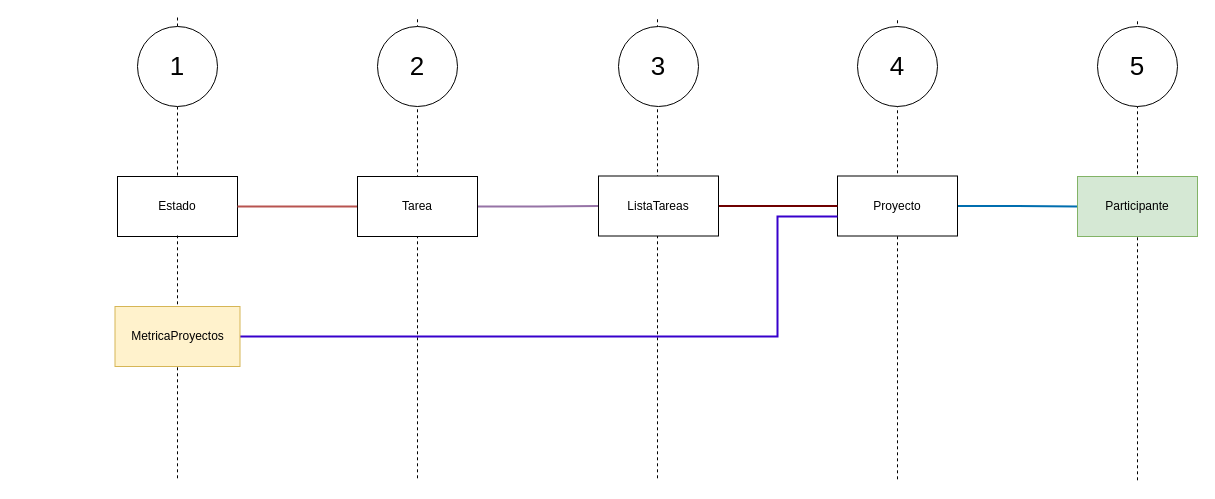
Before: page "EventStormingMapingProjects" (14 of 14) of CoTasker_BoundedContext.drawio in Migue1409-KP/DOO-working-group, a draw.io diagram. Source tidied: cells renumbered, new cells numbered last; positions are measured from the earlier drawing's top-left corner, leaving out a move shared by most shapes. Both pictures are drawn from the tidied source at 100%, with x=0, y=0 at pixel (115, 17).
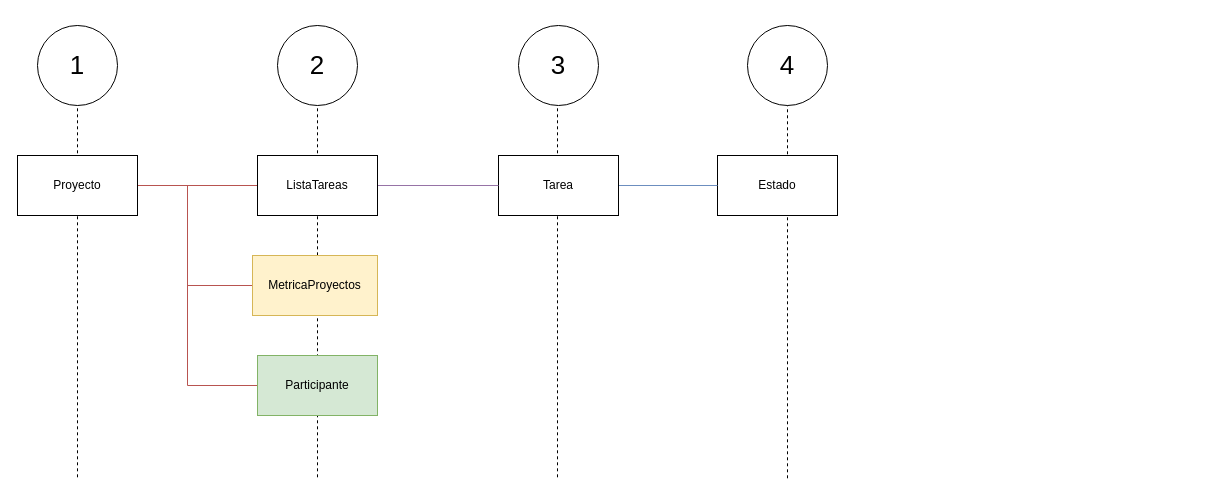
After the change.

What changed in the source:
```diff
@@
-    <mxCell id="2" style="endArrow=none;dashed=1;html=1;rounded=0;" parent="1" edge="1">
-      <mxGeometry relative="1" as="geometry">
-        <mxPoint x="1022" y="462.8" as="sourcePoint" />
-        <mxPoint x="1022" y="2" as="targetPoint" />
-      </mxGeometry>
-    </mxCell>
+    <mxCell id="25" style="endArrow=none;dashed=1;html=1;rounded=0;" parent="1" edge="1">
+      <mxGeometry relative="1" as="geometry">
+        <mxPoint x="202" y="459.8" as="sourcePoint" />
+        <mxPoint x="202" y="8" as="targetPoint" />
+      </mxGeometry>
+    </mxCell>
+    <mxCell id="16" style="endArrow=none;dashed=1;html=1;rounded=0;entryX=0.5;entryY=0;entryDx=0;entryDy=0;" parent="1" edge="1" target="20">
+      <mxGeometry relative="1" as="geometry">
+        <mxPoint x="-38" y="459.8" as="sourcePoint" />
+      </mxGeometry>
+    </mxCell>
     <mxCell id="3" style="endArrow=none;dashed=1;html=1;rounded=0;" parent="1" edge="1">
       <mxGeometry relative="1" as="geometry">
-        <mxPoint x="782" y="461.8" as="sourcePoint" />
-        <mxPoint x="782" y="1" as="targetPoint" />
+        <mxPoint x="672" y="460.8" as="sourcePoint" />
+        <mxPoint x="672" y="8" as="targetPoint" />
       </mxGeometry>
     </mxCell>
     <mxCell id="4" value="Estado" style="rounded=0;whiteSpace=wrap;html=1;" parent="1" vertex="1">
-      <mxGeometry x="2" y="159" width="120" height="60" as="geometry" />
+      <mxGeometry x="602" y="138" width="120" height="60" as="geometry" />
     </mxCell>
+    <mxCell id="26" style="edgeStyle=orthogonalEdgeStyle;rounded=0;jettySize=auto;html=1;endArrow=none;endFill=0;fillColor=#f8cecc;strokeColor=#b85450;" parent="1" edge="1" source="6" target="15">
+      <mxGeometry relative="1" as="geometry" />
+    </mxCell>
+    <mxCell id="27" style="edgeStyle=orthogonalEdgeStyle;rounded=0;jettySize=auto;html=1;endArrow=none;endFill=0;fillColor=#f8cecc;strokeColor=#b85450;exitX=1;exitY=0.5;exitDx=0;exitDy=0;" parent="1" edge="1" source="6" target="18">
+      <mxGeometry relative="1" as="geometry">
+        <Array as="points">
+          <mxPoint x="72" y="168" />
+          <mxPoint x="72" y="268" />
+        </Array>
+      </mxGeometry>
+    </mxCell>
-    <mxCell id="5" style="edgeStyle=orthogonalEdgeStyle;rounded=0;jettySize=auto;html=1;exitX=1;exitY=0.5;exitDx=0;exitDy=0;endArrow=none;endFill=0;fillColor=#1ba1e2;strokeColor=#006EAF;strokeWidth=2;" parent="1" edge="1" source="6" target="7">
-      <mxGeometry relative="1" as="geometry" />
+    <mxCell id="5" style="edgeStyle=orthogonalEdgeStyle;rounded=0;jettySize=auto;html=1;endArrow=none;endFill=0;fillColor=#f8cecc;strokeColor=#b85450;exitX=1;exitY=0.5;exitDx=0;exitDy=0;" parent="1" edge="1" source="6" target="7">
+      <mxGeometry relative="1" as="geometry">
+        <Array as="points">
+          <mxPoint x="72" y="168" />
+          <mxPoint x="72" y="368" />
+        </Array>
+      </mxGeometry>
     </mxCell>
     <mxCell id="6" value="Proyecto" style="rounded=0;whiteSpace=wrap;html=1;" parent="1" vertex="1">
-      <mxGeometry x="722" y="158.5" width="120" height="60" as="geometry" />
+      <mxGeometry x="-98" y="138" width="120" height="60" as="geometry" />
     </mxCell>
     <mxCell id="7" value="Participante" style="rounded=0;whiteSpace=wrap;html=1;fillColor=#d5e8d4;strokeColor=#82b366;" parent="1" vertex="1">
-      <mxGeometry x="962" y="159" width="120" height="60" as="geometry" />
+      <mxGeometry x="142" y="338" width="120" height="60" as="geometry" />
     </mxCell>
     <mxCell id="8" style="endArrow=none;dashed=1;html=1;rounded=0;" parent="1" edge="1">
       <mxGeometry relative="1" as="geometry">
-        <mxPoint x="542" y="460.8" as="sourcePoint" />
-        <mxPoint x="542" as="targetPoint" />
+        <mxPoint x="442" y="459.8" as="sourcePoint" />
+        <mxPoint x="442" y="8" as="targetPoint" />
       </mxGeometry>
     </mxCell>
-    <mxCell id="9" style="endArrow=none;dashed=1;html=1;rounded=0;" parent="1" edge="1">
-      <mxGeometry relative="1" as="geometry">
-        <mxPoint x="302" y="460.8" as="sourcePoint" />
-        <mxPoint x="302" as="targetPoint" />
-      </mxGeometry>
-    </mxCell>
-    <mxCell id="10" style="endArrow=none;dashed=1;html=1;rounded=0;" parent="1" edge="1" source="20">
-      <mxGeometry relative="1" as="geometry">
-        <mxPoint x="62" as="targetPoint" />
-      </mxGeometry>
-    </mxCell>
-    <mxCell id="11" style="edgeStyle=orthogonalEdgeStyle;rounded=0;jettySize=auto;html=1;exitX=1;exitY=0.5;exitDx=0;exitDy=0;entryX=0;entryY=0.5;entryDx=0;entryDy=0;endArrow=none;endFill=0;fillColor=#f8cecc;strokeColor=#b85450;strokeWidth=2;" parent="1" edge="1" target="13">
-      <mxGeometry relative="1" as="geometry">
-        <mxPoint x="122" y="189" as="sourcePoint" />
-        <Array as="points">
-          <mxPoint x="162" y="189" />
-          <mxPoint x="162" y="189" />
-        </Array>
-      </mxGeometry>
-    </mxCell>
-    <mxCell id="12" style="edgeStyle=orthogonalEdgeStyle;rounded=0;jettySize=auto;html=1;exitX=1;exitY=0.5;exitDx=0;exitDy=0;entryX=0;entryY=0.5;entryDx=0;entryDy=0;endArrow=none;endFill=0;fillColor=#e1d5e7;strokeColor=#9673a6;strokeWidth=2;" parent="1" edge="1" source="13" target="15">
-      <mxGeometry relative="1" as="geometry" />
-    </mxCell>
+    <mxCell id="28" style="edgeStyle=orthogonalEdgeStyle;rounded=0;jettySize=auto;html=1;endArrow=none;endFill=0;fillColor=#dae8fc;strokeColor=#6c8ebf;" parent="1" edge="1" source="13" target="4">
+      <mxGeometry relative="1" as="geometry" />
+    </mxCell>
     <mxCell id="13" value="Tarea" style="rounded=0;whiteSpace=wrap;html=1;" parent="1" vertex="1">
-      <mxGeometry x="242" y="159" width="120" height="60" as="geometry" />
+      <mxGeometry x="383" y="138" width="120" height="60" as="geometry" />
     </mxCell>
-    <mxCell id="14" style="edgeStyle=orthogonalEdgeStyle;rounded=0;jettySize=auto;html=1;exitX=1;exitY=0.5;exitDx=0;exitDy=0;endArrow=none;endFill=0;fillColor=#a20025;strokeColor=#6F0000;strokeWidth=2;" parent="1" edge="1" source="15">
-      <mxGeometry relative="1" as="geometry">
-        <mxPoint x="722" y="188.4" as="targetPoint" />
-        <Array as="points">
-          <mxPoint x="642" y="188" />
-          <mxPoint x="642" y="188" />
-        </Array>
-      </mxGeometry>
-    </mxCell>
-    <mxCell id="15" value="ListaTareas" style="rounded=0;whiteSpace=wrap;html=1;" parent="1" vertex="1">
-      <mxGeometry x="483" y="158.5" width="120" height="60" as="geometry" />
-    </mxCell>
-    <mxCell id="16" style="endArrow=none;dashed=1;html=1;rounded=0;" parent="1" edge="1">
-      <mxGeometry relative="1" as="geometry">
-        <mxPoint x="62" y="460.8" as="sourcePoint" />
-        <mxPoint x="62" y="218" as="targetPoint" />
-      </mxGeometry>
-    </mxCell>
-    <mxCell id="17" style="edgeStyle=orthogonalEdgeStyle;rounded=0;jettySize=auto;html=1;exitX=1;exitY=0.5;exitDx=0;exitDy=0;endArrow=none;endFill=0;fillColor=#6a00ff;strokeColor=#3700CC;strokeWidth=2;" parent="1" edge="1" source="18">
-      <mxGeometry relative="1" as="geometry">
-        <mxPoint x="722" y="199" as="targetPoint" />
-        <Array as="points">
-          <mxPoint x="662" y="319" />
-          <mxPoint x="662" y="199" />
-          <mxPoint x="722" y="199" />
-        </Array>
-      </mxGeometry>
-    </mxCell>
+    <mxCell id="29" style="edgeStyle=orthogonalEdgeStyle;rounded=0;jettySize=auto;html=1;endArrow=none;endFill=0;fillColor=#e1d5e7;strokeColor=#9673a6;" parent="1" edge="1" source="15" target="13">
+      <mxGeometry relative="1" as="geometry" />
+    </mxCell>
     <mxCell id="18" value="MetricaProyectos" style="rounded=0;whiteSpace=wrap;html=1;fillColor=#fff2cc;strokeColor=#d6b656;" parent="1" vertex="1">
-      <mxGeometry x="-0.5" y="289" width="125" height="60" as="geometry" />
+      <mxGeometry x="137" y="238" width="125" height="60" as="geometry" />
     </mxCell>
-    <mxCell id="19" style="endArrow=none;dashed=1;html=1;rounded=0;" parent="1" edge="1" target="20">
-      <mxGeometry relative="1" as="geometry">
-        <mxPoint x="62" y="158" as="sourcePoint" />
-      </mxGeometry>
-    </mxCell>
     <mxCell id="20" value="&lt;font style=&quot;font-size: 26px;&quot;&gt;1&lt;/font&gt;" style="ellipse;whiteSpace=wrap;html=1;" parent="1" vertex="1">
-      <mxGeometry x="22" y="9" width="80" height="80" as="geometry" />
+      <mxGeometry x="-78" y="8" width="80" height="80" as="geometry" />
     </mxCell>
     <mxCell id="21" value="&lt;font style=&quot;font-size: 26px;&quot;&gt;2&lt;/font&gt;" style="ellipse;whiteSpace=wrap;html=1;" parent="1" vertex="1">
-      <mxGeometry x="262" y="9" width="80" height="80" as="geometry" />
+      <mxGeometry x="162" y="8" width="80" height="80" as="geometry" />
     </mxCell>
     <mxCell id="22" value="&lt;font style=&quot;font-size: 26px;&quot;&gt;3&lt;/font&gt;" style="ellipse;whiteSpace=wrap;html=1;" parent="1" vertex="1">
-      <mxGeometry x="503" y="9" width="80" height="80" as="geometry" />
+      <mxGeometry x="403" y="8" width="80" height="80" as="geometry" />
     </mxCell>
     <mxCell id="23" value="&lt;font style=&quot;font-size: 26px;&quot;&gt;4&lt;/font&gt;" style="ellipse;whiteSpace=wrap;html=1;" parent="1" vertex="1">
-      <mxGeometry x="742" y="9" width="80" height="80" as="geometry" />
+      <mxGeometry x="632" y="8" width="80" height="80" as="geometry" />
     </mxCell>
-    <mxCell id="24" value="&lt;font style=&quot;font-size: 26px;&quot;&gt;5&lt;/font&gt;" style="ellipse;whiteSpace=wrap;html=1;" parent="1" vertex="1">
-      <mxGeometry x="982" y="9" width="80" height="80" as="geometry" />
-    </mxCell>
+    <mxCell id="15" value="ListaTareas" style="rounded=0;whiteSpace=wrap;html=1;" parent="1" vertex="1">
+      <mxGeometry x="142" y="138" width="120" height="60" as="geometry" />
+    </mxCell>
```
